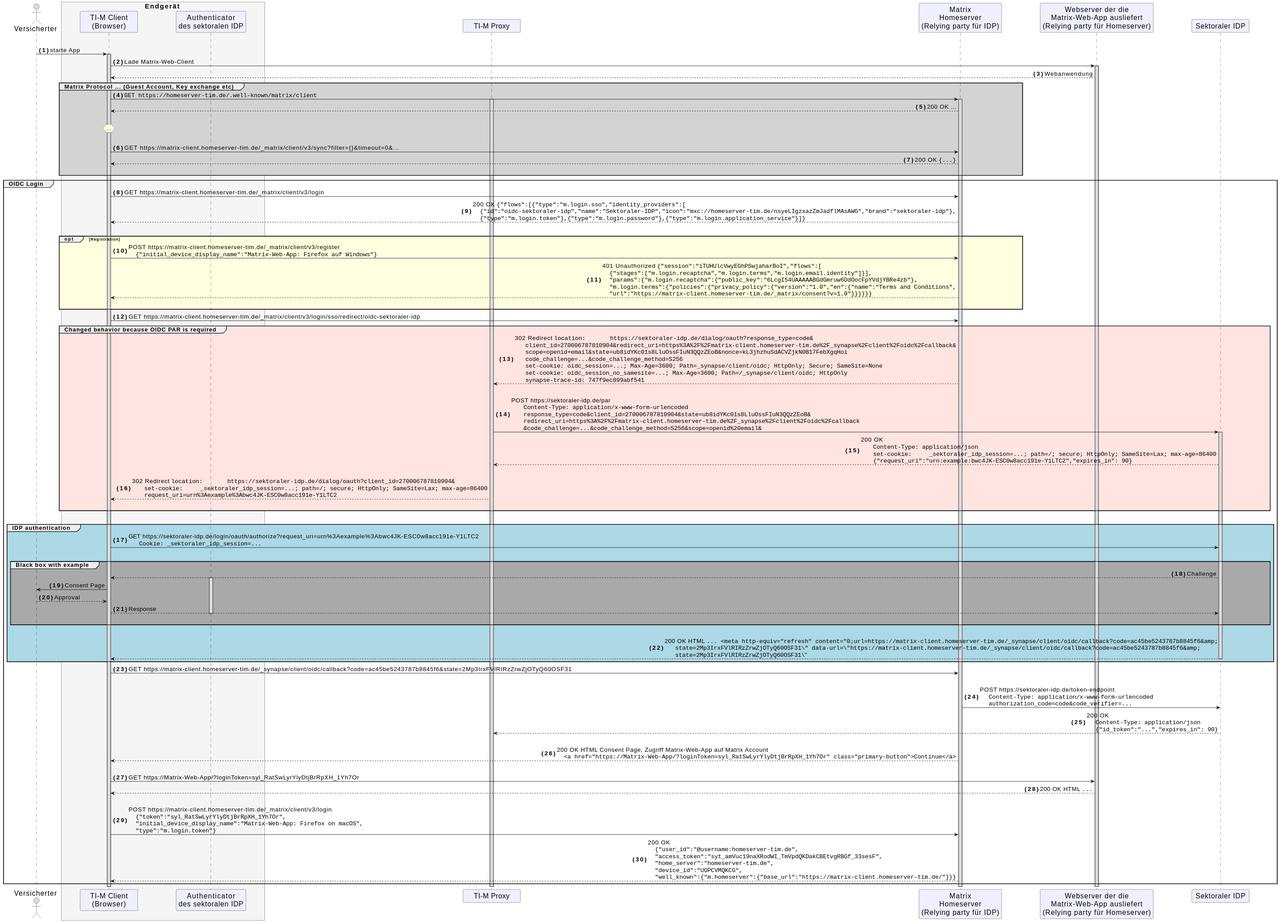
Above: images/diagrams/TI-Messenger-Dienst/Ressourcen/TI-Messenger_OIDC_Login.svg in gematik/api-ti-messenger (PlantUML), before the change.
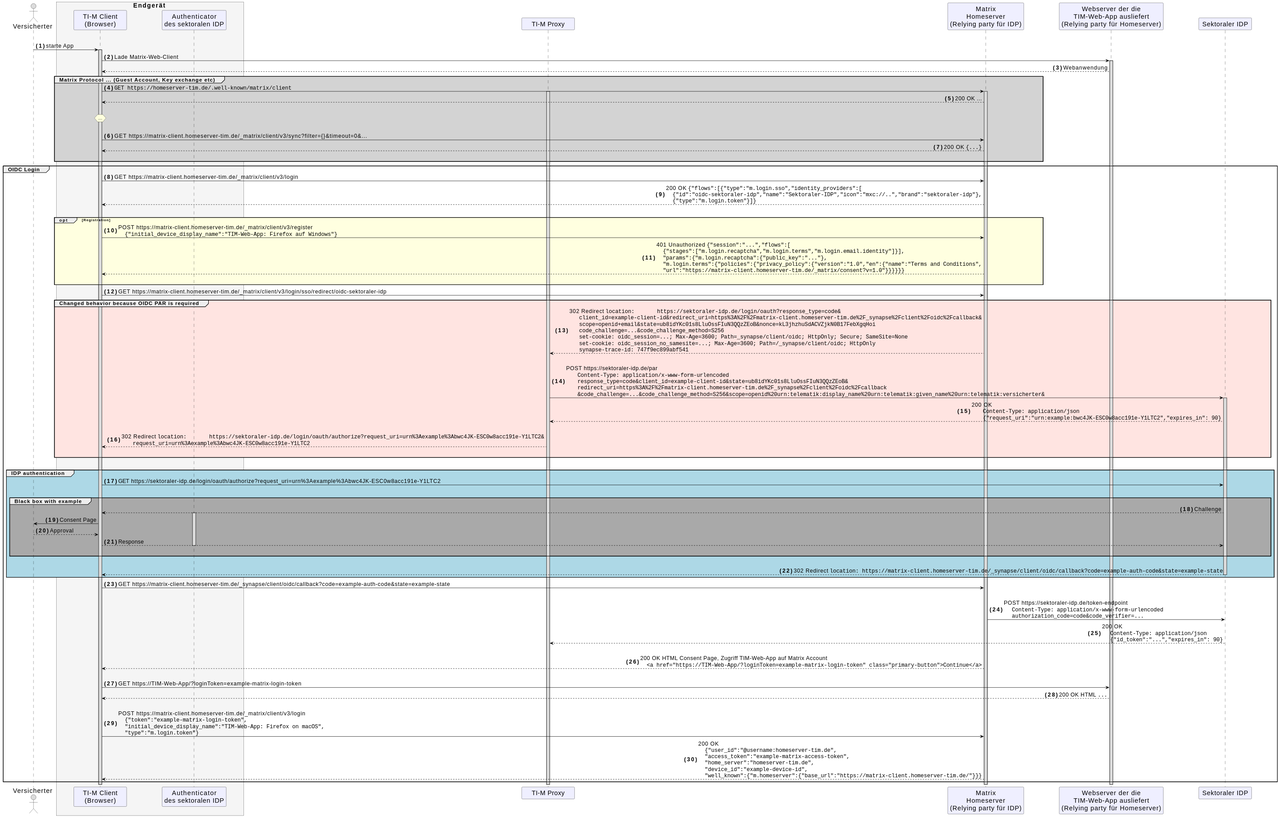
Above is the later version.

Commit message:
Commit from GitHub Actions (GeneratePlantumlImages)

The edit, as a diff of the source:
```diff
@@ -35,7 +35,7 @@
   end box
 participant pr as "TI-M Proxy"
 participant hs as "Matrix\nHomeserver\n(Relying party für IDP)"
-participant mc as "Webserver der die\nMatrix-Web-App ausliefert\n(Relying party für Homeserver)"
+participant mc as "Webserver der die\nTIM-Web-App ausliefert\n(Relying party für Homeserver)"
 participant idp as "Sektoraler IDP"
 
 |||
@@ -60,27 +60,27 @@
   end 'group
   group <size:16>OIDC Login</size>
     app -> hs: GET https://matrix-client.homeserver-tim.de/_matrix/client/v3/login
-    hs --> app: 200 OK ""{"flows":[{"type":"m.login.sso","identity_providers":[""\n    ""{"id":"oidc-sektoraler-idp","name":"Sektoraler-IDP","icon":"mxc://homeserver-tim.de/nsyeLIgzxazZmJadflMAsAWG","brand":"sektoraler-idp"},""\n    ""{"type":"m.login.token"},{"type":"m.login.password"},{"type":"m.login.application_service"}]}""
+    hs --> app: 200 OK ""{"flows":[{"type":"m.login.sso","identity_providers":[""\n    ""{"id":"oidc-sektoraler-idp","name":"Sektoraler-IDP","icon":"mxc://..","brand":"sektoraler-idp"},""\n    ""{"type":"m.login.token"}]}""
     |||
     opt #LightYellow Registration
-    app -> hs: POST https://matrix-client.homeserver-tim.de/_matrix/client/v3/register\n    ""{"initial_device_display_name":"Matrix-Web-App: Firefox auf Windows"}""
-    hs --> app: 401 Unauthorized ""{"session":"iTUHUlcVwyEGhPSwjaharBoI","flows":[""\n    ""{"stages":["m.login.recaptcha","m.login.terms","m.login.email.identity"]}],""\n    """params":{"m.login.recaptcha":{"public_key":"6LcgI54UAAAAABGdGmruw6DdOocFpYVdjYBRe4zb"},""\n    """m.login.terms":{"policies":{"privacy_policy":{"version":"1.0","en":{"name":"Terms and Conditions",""\n    """url":"https://matrix-client.homeserver-tim.de/_matrix/consent?v=1.0"}}}}}}""
+    app -> hs: POST https://matrix-client.homeserver-tim.de/_matrix/client/v3/register\n    ""{"initial_device_display_name":"TIM-Web-App: Firefox auf Windows"}""
+    hs --> app: 401 Unauthorized ""{"session":"...","flows":[""\n    ""{"stages":["m.login.recaptcha","m.login.terms","m.login.email.identity"]}],""\n    """params":{"m.login.recaptcha":{"public_key":"..."},""\n    """m.login.terms":{"policies":{"privacy_policy":{"version":"1.0","en":{"name":"Terms and Conditions",""\n    """url":"https://matrix-client.homeserver-tim.de/_matrix/consent?v=1.0"}}}}}}""
     |||
     end 'opt
     app -> hs: GET https://matrix-client.homeserver-tim.de/_matrix/client/v3/login/sso/redirect/oidc-sektoraler-idp
     group #MistyRose <size:16>Changed behavior because OIDC PAR is required</size>
-      hs --> pr: 302 Redirect ""location:	https://sektoraler-idp.de/dialog/oauth?response_type=code&""\n      ""client_id=270006787810904&redirect_uri=https%3A%2F%2Fmatrix-client.homeserver-tim.de%2F_synapse%2Fclient%2Foidc%2Fcallback&""\n      ""scope=openid+email&state=ub8idYKc01s8LluOssFIuN3QQzZEoB&nonce=kL3jhzhuSdACVZjkN0B17FebXgqHoi""\n      ""code_challenge=...&code_challenge_method=S256""\n      ""set-cookie: oidc_session=...; Max-Age=3600; Path=_synapse/client/oidc; HttpOnly; Secure; SameSite=None""\n      ""set-cookie: oidc_session_no_samesite=...; Max-Age=3600; Path=/_synapse/client/oidc; HttpOnly""\n      ""synapse-trace-id: 747f9ec899abf541""
+      hs --> pr: 302 Redirect ""location:	https://sektoraler-idp.de/login/oauth?response_type=code&""\n      ""client_id=example-client-id&redirect_uri=https%3A%2F%2Fmatrix-client.homeserver-tim.de%2F_synapse%2Fclient%2Foidc%2Fcallback&""\n      ""scope=openid+email&state=ub8idYKc01s8LluOssFIuN3QQzZEoB&nonce=kL3jhzhuSdACVZjkN0B17FebXgqHoi""\n      ""code_challenge=...&code_challenge_method=S256""\n      ""set-cookie: oidc_session=...; Max-Age=3600; Path=_synapse/client/oidc; HttpOnly; Secure; SameSite=None""\n      ""set-cookie: oidc_session_no_samesite=...; Max-Age=3600; Path=/_synapse/client/oidc; HttpOnly""\n      ""synapse-trace-id: 747f9ec899abf541""
       |||
-      pr -> idp: POST https://sektoraler-idp.de/par\n       ""Content-Type: application/x-www-form-urlencoded""\n       ""response_type=code&client_id=270006787810904&state=ub8idYKc01s8LluOssFIuN3QQzZEoB&""\n       ""redirect_uri=https%3A%2F%2Fmatrix-client.homeserver-tim.de%2F_synapse%2Fclient%2Foidc%2Fcallback""\n       ""&code_challenge=...&code_challenge_method=S256&scope=openid%20email&""
+      pr -> idp: POST https://sektoraler-idp.de/par\n       ""Content-Type: application/x-www-form-urlencoded""\n       ""response_type=code&client_id=example-client-id&state=ub8idYKc01s8LluOssFIuN3QQzZEoB&""\n       ""redirect_uri=https%3A%2F%2Fmatrix-client.homeserver-tim.de%2F_synapse%2Fclient%2Foidc%2Fcallback""\n       ""&code_challenge=...&code_challenge_method=S256&scope=openid%20urn:telematik:display_name%20urn:telematik:given_name%20urn:telematik:versicherter&""
       activate idp
-      idp --> pr: 200 OK\n       ""Content-Type: application/json""\n       ""set-cookie:	_sektoraler_idp_session=...; path=/; secure; HttpOnly; SameSite=Lax; max-age=86400""\n       ""{"request_uri":"urn:example:bwc4JK-ESC0w8acc191e-Y1LTC2","expires_in": 90}""
+      idp --> pr: 200 OK\n       ""Content-Type: application/json""\n       ""{"request_uri":"urn:example:bwc4JK-ESC0w8acc191e-Y1LTC2","expires_in": 90}""
       |||
-      pr --> app: 302 Redirect ""location:	https://sektoraler-idp.de/dialog/oauth?client_id=270006787810904&""\n       ""set-cookie:	_sektoraler_idp_session=...; path=/; secure; HttpOnly; SameSite=Lax; max-age=86400""\n       ""request_uri=urn%3Aexample%3Abwc4JK-ESC0w8acc191e-Y1LTC2""
+      pr --> app: 302 Redirect ""location:	https://sektoraler-idp.de/login/oauth/authorize?request_uri=urn%3Aexample%3Abwc4JK-ESC0w8acc191e-Y1LTC2&""\n       ""request_uri=urn%3Aexample%3Abwc4JK-ESC0w8acc191e-Y1LTC2""
       |||
     end 'group
     |||
     group #LightBlue <size:16>IDP authentication</size>
-      app -> idp: GET	https://sektoraler-idp.de/login/oauth/authorize?request_uri=urn%3Aexample%3Abwc4JK-ESC0w8acc191e-Y1LTC2\n      ""Cookie: _sektoraler_idp_session=...""
+      app -> idp: GET	https://sektoraler-idp.de/login/oauth/authorize?request_uri=urn%3Aexample%3Abwc4JK-ESC0w8acc191e-Y1LTC2
       |||
       group #DarkGray <size:16>Black box with example</size>
         idp --> app: Challenge
@@ -92,21 +92,21 @@
       |||
       end 'group
       |||
-      idp --> app: 200 OK HTML ""... <meta http-equiv="refresh" content="0;url=https://matrix-client.homeserver-tim.de/_synapse/client/oidc/callback?code=ac45be5243787b8845f6&amp;""\n      ""state=2Mp3IrxFVlRIRzZrwZjOTyQ60OSF31\" data-url=\"https://matrix-client.homeserver-tim.de/_synapse/client/oidc/callback?code=ac45be5243787b8845f6&amp;""\n      ""state=2Mp3IrxFVlRIRzZrwZjOTyQ60OSF31\"""
+      idp --> app: 302 Redirect ""location: https://matrix-client.homeserver-tim.de/_synapse/client/oidc/callback?code=example-auth-code&state=example-state""
       deactivate idp
     end 'group
-    app -> hs: GET https://matrix-client.homeserver-tim.de/_synapse/client/oidc/callback?code=ac45be5243787b8845f6&state=2Mp3IrxFVlRIRzZrwZjOTyQ60OSF31
+    app -> hs: GET https://matrix-client.homeserver-tim.de/_synapse/client/oidc/callback?code=example-auth-code&state=example-state
     |||
     hs -> idp: POST https://sektoraler-idp.de/token-endpoint\n     ""Content-Type: application/x-www-form-urlencoded""\n     ""authorization_code=code&code_verifier=...""
     idp --> pr: 200 OK\n     ""Content-Type: application/json""\n     ""{"id_token":"...","expires_in": 90}""
     |||
-    hs --> app: 200 OK HTML Consent Page, Zugriff Matrix-Web-App auf Matrix Account\n    ""<a href="https://Matrix-Web-App/?loginToken=syl_RatSwLyrYlyDtjBrRpXH_1Yh7Or" class="primary-button">Continue</a>""
+    hs --> app: 200 OK HTML Consent Page, Zugriff TIM-Web-App auf Matrix Account\n    ""<a href="https://TIM-Web-App/?loginToken=example-matrix-login-token" class="primary-button">Continue</a>""
     |||
-    app -> mc: GET https://Matrix-Web-App/?loginToken=syl_RatSwLyrYlyDtjBrRpXH_1Yh7Or
+    app -> mc: GET https://TIM-Web-App/?loginToken=example-matrix-login-token
     mc --> app: 200 OK HTML ""...""
     |||
-    app -> hs: POST https://matrix-client.homeserver-tim.de/_matrix/client/v3/login\n    ""{"token":"syl_RatSwLyrYlyDtjBrRpXH_1Yh7Or",""\n    """initial_device_display_name":"Matrix-Web-App: Firefox on macOS",""\n    """type":"m.login.token"}""
-    hs --> app: 200 OK\n    ""{"user_id":"@username:homeserver-tim.de",""\n    """access_token":"syt_amVuc19naXRodWI_TmVpdQKDakCBEtvgRBGf_33sesF",""\n    """home_server":"homeserver-tim.de",""\n    """device_id":"UGPCVMQKCG",""\n    """well_known":{"m.homeserver":{"base_url":"https://matrix-client.homeserver-tim.de/"}}}""
+    app -> hs: POST https://matrix-client.homeserver-tim.de/_matrix/client/v3/login\n    ""{"token":"example-matrix-login-token",""\n    """initial_device_display_name":"TIM-Web-App: Firefox on macOS",""\n    """type":"m.login.token"}""
+    hs --> app: 200 OK\n    ""{"user_id":"@username:homeserver-tim.de",""\n    """access_token":"example-matrix-access-token",""\n    """home_server":"homeserver-tim.de",""\n    """device_id":"example-device-id",""\n    """well_known":{"m.homeserver":{"base_url":"https://matrix-client.homeserver-tim.de/"}}}""
 
   end 'group
 @enduml
```
